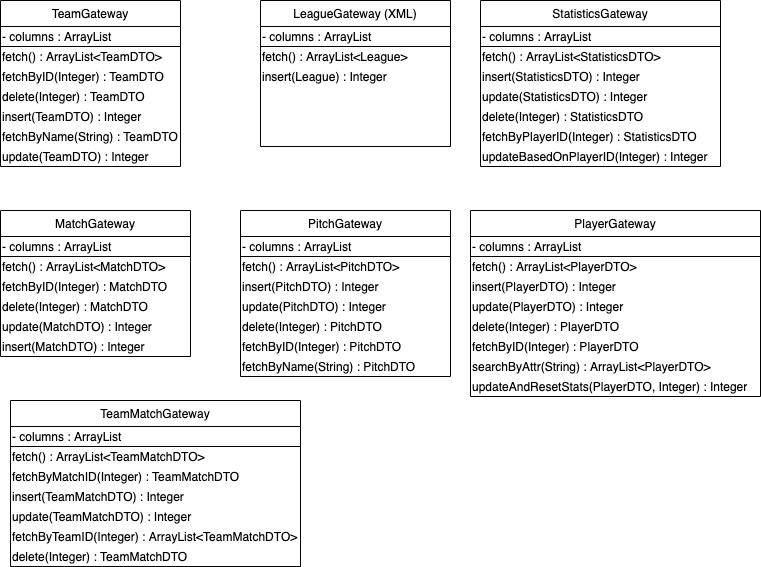
Before: artefacts/gateways_class.png, a diagram exported from draw.io (alenamartinkova/cfbu-IS). Source tidied: cells renumbered, new cells last; positions are measured from the earlier drawing's top-left corner, leaving out a move shared by most shapes. The source it was exported from:
```xml
<mxGraphModel>
  <root>
    <mxCell id="0" />
    <mxCell id="1" parent="0" />
    <mxCell id="2" value="PlayerGateway" style="swimlane;fontStyle=0;align=center;verticalAlign=top;horizontal=1;startSize=26;rounded=0;shadow=0;strokeWidth=1;" parent="1" vertex="1">
      <mxGeometry x="470" y="210" width="290" height="186" as="geometry" />
    </mxCell>
    <mxCell id="3" value="- columns : ArrayList" style="text;html=1;align=left;verticalAlign=middle;whiteSpace=wrap;rounded=0;strokeColor=#000000;" parent="2" vertex="1">
      <mxGeometry y="26" width="290" height="20" as="geometry" />
    </mxCell>
    <mxCell id="4" value="fetch() : ArrayList&amp;lt;PlayerDTO&amp;gt;" style="text;html=1;align=left;verticalAlign=middle;whiteSpace=wrap;rounded=0;" parent="2" vertex="1">
      <mxGeometry y="46" width="290" height="20" as="geometry" />
    </mxCell>
    <mxCell id="5" value="insert(PlayerDTO) : Integer" style="text;html=1;align=left;verticalAlign=middle;whiteSpace=wrap;rounded=0;" parent="2" vertex="1">
      <mxGeometry y="66" width="290" height="20" as="geometry" />
    </mxCell>
    <mxCell id="6" value="update(PlayerDTO) : Integer" style="text;html=1;align=left;verticalAlign=middle;whiteSpace=wrap;rounded=0;" parent="2" vertex="1">
      <mxGeometry y="86" width="290" height="20" as="geometry" />
    </mxCell>
    <mxCell id="7" value="delete(Integer) : PlayerDTO" style="text;html=1;align=left;verticalAlign=middle;whiteSpace=wrap;rounded=0;" parent="2" vertex="1">
      <mxGeometry y="106" width="290" height="20" as="geometry" />
    </mxCell>
    <mxCell id="8" value="fetchByID(Integer) : PlayerDTO" style="text;html=1;align=left;verticalAlign=middle;whiteSpace=wrap;rounded=0;" parent="2" vertex="1">
      <mxGeometry y="126" width="290" height="20" as="geometry" />
    </mxCell>
    <mxCell id="9" value="searchByAttr(String) : ArrayList&amp;lt;PlayerDTO&amp;gt;" style="text;html=1;align=left;verticalAlign=middle;whiteSpace=wrap;rounded=0;" parent="2" vertex="1">
      <mxGeometry y="146" width="290" height="20" as="geometry" />
    </mxCell>
    <mxCell id="10" value="updateAndResetStats(PlayerDTO, Integer) : Integer" style="text;html=1;align=left;verticalAlign=middle;whiteSpace=wrap;rounded=0;" parent="2" vertex="1">
      <mxGeometry y="166" width="290" height="20" as="geometry" />
    </mxCell>
    <mxCell id="11" value="StatisticsGateway" style="swimlane;fontStyle=0;align=center;verticalAlign=top;horizontal=1;startSize=26;rounded=0;shadow=0;strokeWidth=1;" parent="1" vertex="1">
      <mxGeometry x="480" width="240" height="166" as="geometry" />
    </mxCell>
    <mxCell id="12" value="- columns : ArrayList" style="text;html=1;align=left;verticalAlign=middle;whiteSpace=wrap;rounded=0;strokeColor=#000000;" parent="11" vertex="1">
      <mxGeometry y="26" width="240" height="20" as="geometry" />
    </mxCell>
    <mxCell id="13" value="fetch() : ArrayList&amp;lt;StatisticsDTO&amp;gt;" style="text;html=1;align=left;verticalAlign=middle;whiteSpace=wrap;rounded=0;" parent="11" vertex="1">
      <mxGeometry y="46" width="240" height="20" as="geometry" />
    </mxCell>
    <mxCell id="14" value="insert(StatisticsDTO) : Integer" style="text;html=1;align=left;verticalAlign=middle;whiteSpace=wrap;rounded=0;" parent="11" vertex="1">
      <mxGeometry y="66" width="240" height="20" as="geometry" />
    </mxCell>
    <mxCell id="15" value="update(StatisticsDTO) : Integer" style="text;html=1;align=left;verticalAlign=middle;whiteSpace=wrap;rounded=0;" parent="11" vertex="1">
      <mxGeometry y="86" width="240" height="20" as="geometry" />
    </mxCell>
    <mxCell id="16" value="delete(Integer) : StatisticsDTO" style="text;html=1;align=left;verticalAlign=middle;whiteSpace=wrap;rounded=0;" parent="11" vertex="1">
      <mxGeometry y="106" width="240" height="20" as="geometry" />
    </mxCell>
    <mxCell id="17" value="fetchByPlayerID(Integer) : StatisticsDTO" style="text;html=1;align=left;verticalAlign=middle;whiteSpace=wrap;rounded=0;" parent="11" vertex="1">
      <mxGeometry y="126" width="240" height="20" as="geometry" />
    </mxCell>
    <mxCell id="18" value="updateBasedOnPlayerID(Integer) : Integer" style="text;html=1;align=left;verticalAlign=middle;whiteSpace=wrap;rounded=0;" parent="11" vertex="1">
      <mxGeometry y="146" width="240" height="20" as="geometry" />
    </mxCell>
    <mxCell id="19" value="TeamGateway" style="swimlane;fontStyle=0;align=center;verticalAlign=top;horizontal=1;startSize=26;rounded=0;shadow=0;strokeWidth=1;" parent="1" vertex="1">
      <mxGeometry width="180" height="166" as="geometry" />
    </mxCell>
    <mxCell id="20" value="- columns : ArrayList" style="text;html=1;align=left;verticalAlign=middle;whiteSpace=wrap;rounded=0;strokeColor=#000000;" parent="19" vertex="1">
      <mxGeometry y="26" width="180" height="20" as="geometry" />
    </mxCell>
    <mxCell id="21" value="fetch() : ArrayList&amp;lt;TeamDTO&amp;gt;" style="text;html=1;align=left;verticalAlign=middle;whiteSpace=wrap;rounded=0;" parent="19" vertex="1">
      <mxGeometry y="46" width="180" height="20" as="geometry" />
    </mxCell>
    <mxCell id="22" value="fetchByID(Integer) : TeamDTO" style="text;html=1;align=left;verticalAlign=middle;whiteSpace=wrap;rounded=0;" parent="19" vertex="1">
      <mxGeometry y="66" width="180" height="20" as="geometry" />
    </mxCell>
    <mxCell id="23" value="delete(Integer) : TeamDTO" style="text;html=1;align=left;verticalAlign=middle;whiteSpace=wrap;rounded=0;" parent="19" vertex="1">
      <mxGeometry y="86" width="180" height="20" as="geometry" />
    </mxCell>
    <mxCell id="24" value="insert(TeamDTO) : Integer" style="text;html=1;align=left;verticalAlign=middle;whiteSpace=wrap;rounded=0;" parent="19" vertex="1">
      <mxGeometry y="106" width="180" height="20" as="geometry" />
    </mxCell>
    <mxCell id="25" value="fetchByName(String) : TeamDTO" style="text;html=1;align=left;verticalAlign=middle;whiteSpace=wrap;rounded=0;" parent="19" vertex="1">
      <mxGeometry y="126" width="180" height="20" as="geometry" />
    </mxCell>
    <mxCell id="26" value="update(TeamDTO) : Integer" style="text;html=1;align=left;verticalAlign=middle;whiteSpace=wrap;rounded=0;" parent="19" vertex="1">
      <mxGeometry y="146" width="180" height="20" as="geometry" />
    </mxCell>
    <mxCell id="27" value="MatchGateway" style="swimlane;fontStyle=0;align=center;verticalAlign=top;horizontal=1;startSize=26;rounded=0;shadow=0;strokeWidth=1;" parent="1" vertex="1">
      <mxGeometry y="210" width="190" height="146" as="geometry" />
    </mxCell>
    <mxCell id="28" value="- columns : ArrayList" style="text;html=1;align=left;verticalAlign=middle;whiteSpace=wrap;rounded=0;strokeColor=#000000;" parent="27" vertex="1">
      <mxGeometry y="26" width="190" height="20" as="geometry" />
    </mxCell>
    <mxCell id="29" value="fetch() : ArrayList&amp;lt;MatchDTO&amp;gt;" style="text;html=1;align=left;verticalAlign=middle;whiteSpace=wrap;rounded=0;" parent="27" vertex="1">
      <mxGeometry y="46" width="190" height="20" as="geometry" />
    </mxCell>
    <mxCell id="30" value="fetchByID(Integer) : MatchDTO" style="text;html=1;align=left;verticalAlign=middle;whiteSpace=wrap;rounded=0;" parent="27" vertex="1">
      <mxGeometry y="66" width="190" height="20" as="geometry" />
    </mxCell>
    <mxCell id="31" value="delete(Integer) : MatchDTO" style="text;html=1;align=left;verticalAlign=middle;whiteSpace=wrap;rounded=0;" parent="27" vertex="1">
      <mxGeometry y="86" width="190" height="20" as="geometry" />
    </mxCell>
    <mxCell id="32" value="update(MatchDTO) : Integer" style="text;html=1;align=left;verticalAlign=middle;whiteSpace=wrap;rounded=0;" parent="27" vertex="1">
      <mxGeometry y="106" width="190" height="20" as="geometry" />
    </mxCell>
    <mxCell id="33" value="insert(MatchDTO) : Integer" style="text;html=1;align=left;verticalAlign=middle;whiteSpace=wrap;rounded=0;" parent="27" vertex="1">
      <mxGeometry y="126" width="190" height="20" as="geometry" />
    </mxCell>
    <mxCell id="34" value="PitchGateway" style="swimlane;fontStyle=0;align=center;verticalAlign=top;horizontal=1;startSize=26;rounded=0;shadow=0;strokeWidth=1;" parent="1" vertex="1">
      <mxGeometry x="240" y="210" width="210" height="166" as="geometry" />
    </mxCell>
    <mxCell id="35" value="- columns : ArrayList" style="text;html=1;align=left;verticalAlign=middle;whiteSpace=wrap;rounded=0;strokeColor=#000000;" parent="34" vertex="1">
      <mxGeometry y="26" width="210" height="20" as="geometry" />
    </mxCell>
    <mxCell id="36" value="fetch() : ArrayList&amp;lt;PitchDTO&amp;gt;" style="text;html=1;align=left;verticalAlign=middle;whiteSpace=wrap;rounded=0;" parent="34" vertex="1">
      <mxGeometry y="46" width="210" height="20" as="geometry" />
    </mxCell>
    <mxCell id="37" value="insert(PitchDTO) : Integer" style="text;html=1;align=left;verticalAlign=middle;whiteSpace=wrap;rounded=0;" parent="34" vertex="1">
      <mxGeometry y="66" width="210" height="20" as="geometry" />
    </mxCell>
    <mxCell id="38" value="update(PitchDTO) : Integer" style="text;html=1;align=left;verticalAlign=middle;whiteSpace=wrap;rounded=0;" parent="34" vertex="1">
      <mxGeometry y="86" width="210" height="20" as="geometry" />
    </mxCell>
    <mxCell id="39" value="delete(Integer) : PitchDTO" style="text;html=1;align=left;verticalAlign=middle;whiteSpace=wrap;rounded=0;" parent="34" vertex="1">
      <mxGeometry y="106" width="210" height="20" as="geometry" />
    </mxCell>
    <mxCell id="40" value="fetchByID(Integer) : PitchDTO" style="text;html=1;align=left;verticalAlign=middle;whiteSpace=wrap;rounded=0;" parent="34" vertex="1">
      <mxGeometry y="126" width="210" height="20" as="geometry" />
    </mxCell>
    <mxCell id="41" value="fetchByName(String) : PitchDTO" style="text;html=1;align=left;verticalAlign=middle;whiteSpace=wrap;rounded=0;" parent="34" vertex="1">
      <mxGeometry y="146" width="210" height="20" as="geometry" />
    </mxCell>
    <mxCell id="42" value="LeagueGateway (XML)" style="swimlane;fontStyle=0;align=center;verticalAlign=top;horizontal=1;startSize=26;rounded=0;shadow=0;strokeWidth=1;" parent="1" vertex="1">
      <mxGeometry x="260" width="190" height="146" as="geometry" />
    </mxCell>
    <mxCell id="43" value="- columns : ArrayList" style="text;html=1;align=left;verticalAlign=middle;whiteSpace=wrap;rounded=0;strokeColor=#000000;" parent="42" vertex="1">
      <mxGeometry y="26" width="190" height="20" as="geometry" />
    </mxCell>
    <mxCell id="44" value="fetch() : ArrayList&amp;lt;League&amp;gt;" style="text;html=1;align=left;verticalAlign=middle;whiteSpace=wrap;rounded=0;" parent="42" vertex="1">
      <mxGeometry y="46" width="190" height="20" as="geometry" />
    </mxCell>
    <mxCell id="45" value="insert(League) : Integer" style="text;html=1;align=left;verticalAlign=middle;whiteSpace=wrap;rounded=0;" parent="42" vertex="1">
      <mxGeometry y="66" width="190" height="20" as="geometry" />
    </mxCell>
    <mxCell id="46" value="TeamMatchGateway" style="swimlane;fontStyle=0;align=center;verticalAlign=top;horizontal=1;startSize=26;rounded=0;shadow=0;strokeWidth=1;" parent="1" vertex="1">
      <mxGeometry x="10" y="400" width="290" height="166" as="geometry" />
    </mxCell>
    <mxCell id="47" value="- columns : ArrayList" style="text;html=1;align=left;verticalAlign=middle;whiteSpace=wrap;rounded=0;strokeColor=#000000;" parent="46" vertex="1">
      <mxGeometry y="26" width="290" height="20" as="geometry" />
    </mxCell>
    <mxCell id="48" value="fetch() : ArrayList&amp;lt;TeamMatchDTO&amp;gt;" style="text;html=1;align=left;verticalAlign=middle;whiteSpace=wrap;rounded=0;" parent="46" vertex="1">
      <mxGeometry y="46" width="290" height="20" as="geometry" />
    </mxCell>
    <mxCell id="49" value="fetchByMatchID(Integer) : TeamMatchDTO" style="text;html=1;align=left;verticalAlign=middle;whiteSpace=wrap;rounded=0;" parent="46" vertex="1">
      <mxGeometry y="66" width="290" height="20" as="geometry" />
    </mxCell>
    <mxCell id="50" value="insert(TeamMatchDTO) : Integer" style="text;html=1;align=left;verticalAlign=middle;whiteSpace=wrap;rounded=0;" parent="46" vertex="1">
      <mxGeometry y="86" width="290" height="20" as="geometry" />
    </mxCell>
    <mxCell id="51" value="update(TeamMatchDTO) : Integer" style="text;html=1;align=left;verticalAlign=middle;whiteSpace=wrap;rounded=0;" parent="46" vertex="1">
      <mxGeometry y="106" width="290" height="20" as="geometry" />
    </mxCell>
    <mxCell id="52" value="fetchByTeamID(Integer) : ArrayList&amp;lt;TeamMatchDTO&amp;gt;" style="text;html=1;align=left;verticalAlign=middle;whiteSpace=wrap;rounded=0;" parent="46" vertex="1">
      <mxGeometry y="126" width="290" height="20" as="geometry" />
    </mxCell>
    <mxCell id="53" value="delete(Integer) : TeamMatchDTO" style="text;html=1;align=left;verticalAlign=middle;whiteSpace=wrap;rounded=0;" parent="46" vertex="1">
      <mxGeometry y="146" width="290" height="20" as="geometry" />
    </mxCell>
  </root>
</mxGraphModel>
```
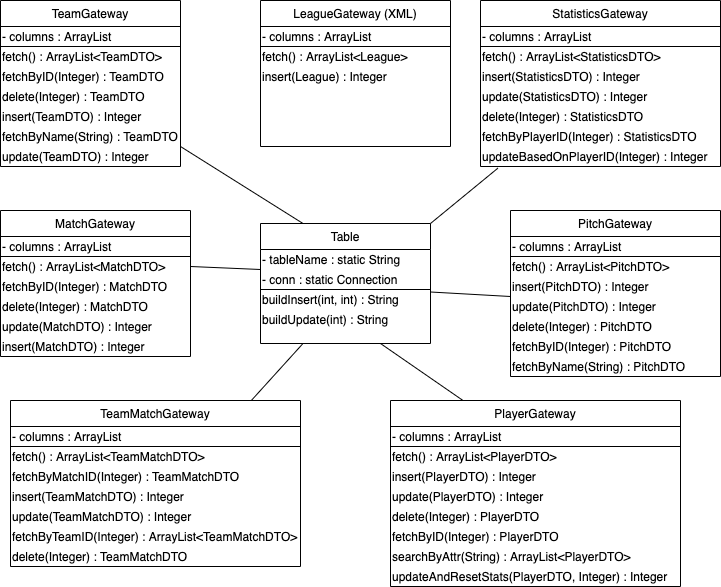
Above is the later version.

The edit, as a diff of the source:
```diff
@@ -3,7 +3,7 @@
     <mxCell id="0" />
     <mxCell id="1" parent="0" />
     <mxCell id="2" value="PlayerGateway" style="swimlane;fontStyle=0;align=center;verticalAlign=top;horizontal=1;startSize=26;rounded=0;shadow=0;strokeWidth=1;" parent="1" vertex="1">
-      <mxGeometry x="470" y="210" width="290" height="186" as="geometry" />
+      <mxGeometry x="390" y="400" width="290" height="186" as="geometry" />
     </mxCell>
     <mxCell id="3" value="- columns : ArrayList" style="text;html=1;align=left;verticalAlign=middle;whiteSpace=wrap;rounded=0;strokeColor=#000000;" parent="2" vertex="1">
       <mxGeometry y="26" width="290" height="20" as="geometry" />
@@ -99,7 +99,7 @@
       <mxGeometry y="126" width="190" height="20" as="geometry" />
     </mxCell>
     <mxCell id="34" value="PitchGateway" style="swimlane;fontStyle=0;align=center;verticalAlign=top;horizontal=1;startSize=26;rounded=0;shadow=0;strokeWidth=1;" parent="1" vertex="1">
-      <mxGeometry x="240" y="210" width="210" height="166" as="geometry" />
+      <mxGeometry x="510" y="210" width="210" height="166" as="geometry" />
     </mxCell>
     <mxCell id="35" value="- columns : ArrayList" style="text;html=1;align=left;verticalAlign=middle;whiteSpace=wrap;rounded=0;strokeColor=#000000;" parent="34" vertex="1">
       <mxGeometry y="26" width="210" height="20" as="geometry" />
@@ -158,5 +158,47 @@
     <mxCell id="53" value="delete(Integer) : TeamMatchDTO" style="text;html=1;align=left;verticalAlign=middle;whiteSpace=wrap;rounded=0;" parent="46" vertex="1">
       <mxGeometry y="146" width="290" height="20" as="geometry" />
     </mxCell>
+    <mxCell id="54" value="Table" style="swimlane;fontStyle=0;align=center;verticalAlign=top;horizontal=1;startSize=26;rounded=0;shadow=0;strokeWidth=1;" parent="1" vertex="1">
+      <mxGeometry x="260" y="223" width="170" height="120" as="geometry" />
+    </mxCell>
+    <mxCell id="55" value="- tableName : static String" style="text;html=1;align=left;verticalAlign=middle;whiteSpace=wrap;rounded=0;" parent="54" vertex="1">
+      <mxGeometry y="26" width="170" height="20" as="geometry" />
+    </mxCell>
+    <mxCell id="56" value="- conn : static Connection" style="text;html=1;align=left;verticalAlign=middle;whiteSpace=wrap;rounded=0;" parent="54" vertex="1">
+      <mxGeometry y="46" width="170" height="20" as="geometry" />
+    </mxCell>
+    <mxCell id="57" value="buildInsert(int, int) : String" style="text;html=1;align=left;verticalAlign=middle;whiteSpace=wrap;rounded=0;" parent="54" vertex="1">
+      <mxGeometry y="66" width="170" height="20" as="geometry" />
+    </mxCell>
+    <mxCell id="58" style="endArrow=none;html=1;exitX=0;exitY=0;exitDx=0;exitDy=0;" parent="54" edge="1" source="57">
+      <mxGeometry relative="1" as="geometry">
+        <mxPoint x="170" y="66" as="targetPoint" />
+      </mxGeometry>
+    </mxCell>
+    <mxCell id="59" value="buildUpdate(int) : String" style="text;html=1;align=left;verticalAlign=middle;whiteSpace=wrap;rounded=0;" parent="54" vertex="1">
+      <mxGeometry y="86" width="170" height="20" as="geometry" />
+    </mxCell>
+    <mxCell id="60" style="endArrow=none;html=1;exitX=1;exitY=0;exitDx=0;exitDy=0;entryX=0.25;entryY=0;entryDx=0;entryDy=0;" parent="1" edge="1" source="26" target="54">
+      <mxGeometry relative="1" as="geometry" />
+    </mxCell>
+    <mxCell id="61" style="endArrow=none;html=1;entryX=0;entryY=0;entryDx=0;entryDy=0;exitX=1;exitY=0.5;exitDx=0;exitDy=0;" parent="1" edge="1" source="29" target="56">
+      <mxGeometry relative="1" as="geometry" />
+    </mxCell>
+    <mxCell id="62" style="endArrow=none;html=1;entryX=0.25;entryY=1;entryDx=0;entryDy=0;exitX=0.832;exitY=-0.003;exitDx=0;exitDy=0;exitPerimeter=0;" parent="1" edge="1" source="46" target="54">
+      <mxGeometry relative="1" as="geometry" />
+    </mxCell>
+    <mxCell id="63" style="endArrow=none;html=1;entryX=0.25;entryY=0;entryDx=0;entryDy=0;exitX=1;exitY=0.5;exitDx=0;exitDy=0;" parent="1" edge="1" target="2">
+      <mxGeometry relative="1" as="geometry">
+        <mxPoint x="380" y="343" as="sourcePoint" />
+      </mxGeometry>
+    </mxCell>
+    <mxCell id="64" style="endArrow=none;html=1;entryX=0;entryY=1;entryDx=0;entryDy=0;exitX=1;exitY=0.5;exitDx=0;exitDy=0;" parent="1" edge="1" target="37">
+      <mxGeometry relative="1" as="geometry">
+        <mxPoint x="430" y="291.5" as="sourcePoint" />
+      </mxGeometry>
+    </mxCell>
+    <mxCell id="65" style="endArrow=none;html=1;entryX=0.072;entryY=1.088;entryDx=0;entryDy=0;exitX=1;exitY=0;exitDx=0;exitDy=0;entryPerimeter=0;" parent="1" edge="1" source="54" target="18">
+      <mxGeometry relative="1" as="geometry" />
+    </mxCell>
   </root>
 </mxGraphModel>
```
